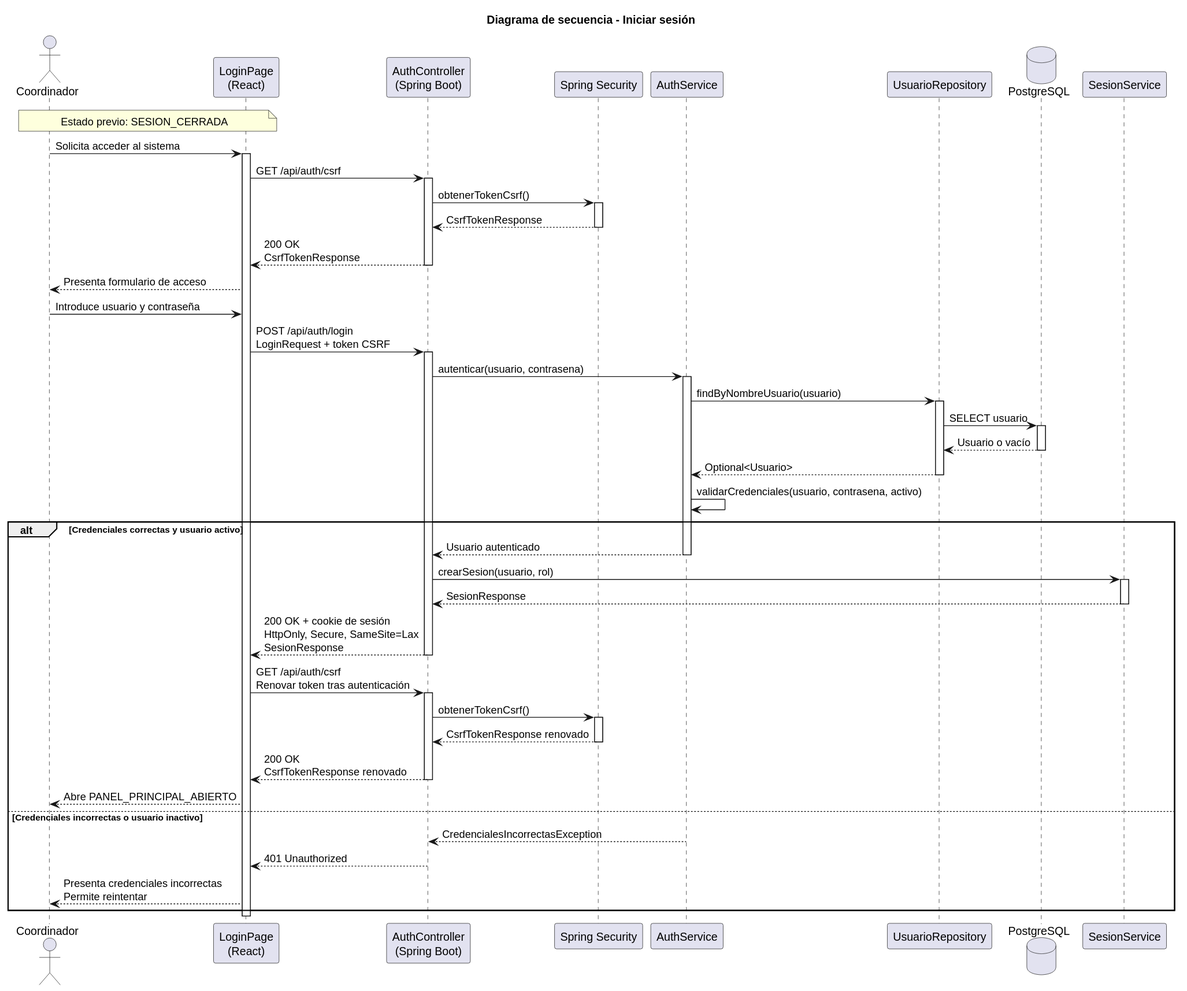
Above: images/RUP/02-diseño/casos-uso/coordinador/iniciarSesion/secuencia.svg in beatriizorozco/25-26-idsw2-sdVC (PlantUML), before the change.
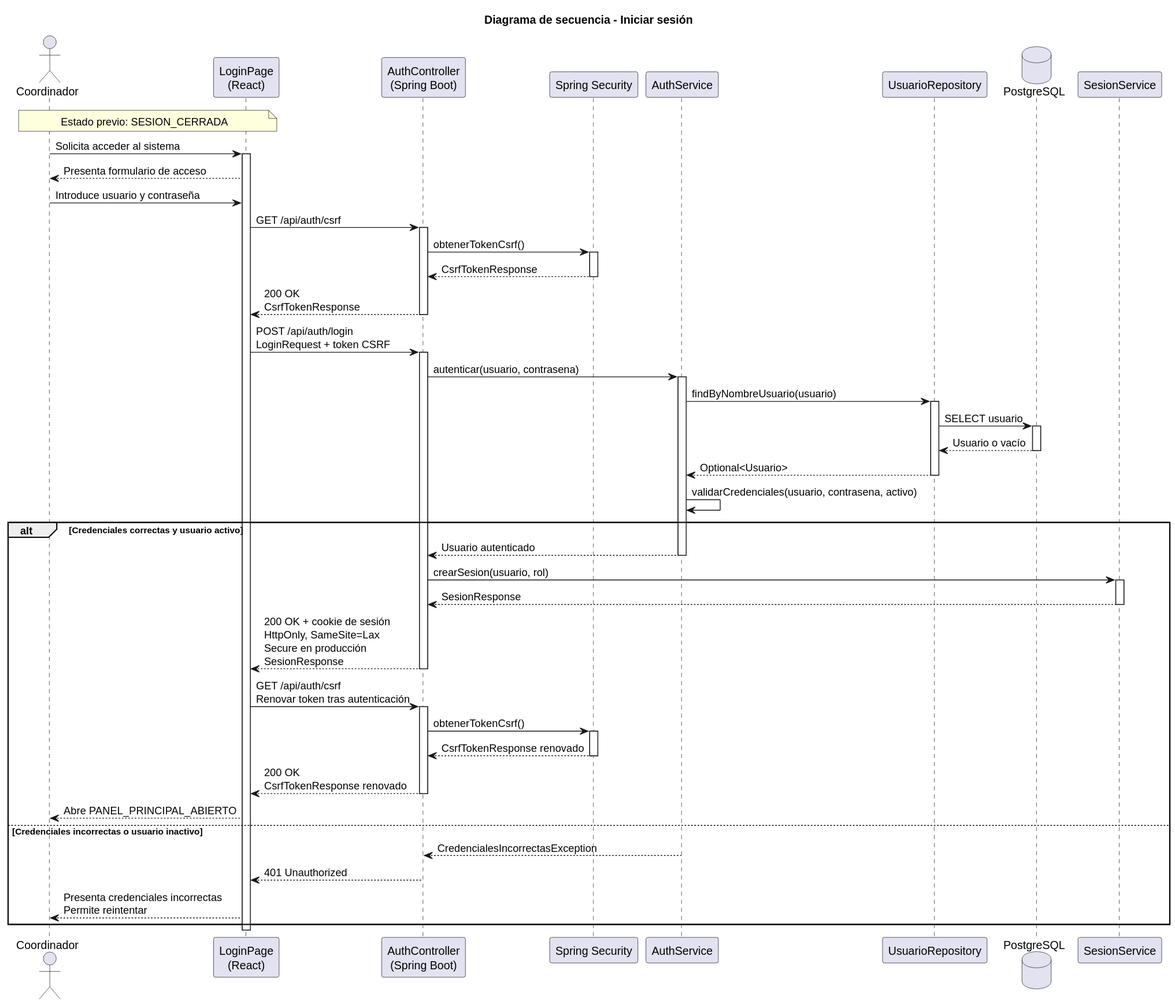
The same file after the commit.

What changed in the source:
```diff
@@ -16,6 +16,8 @@
 
 Coordinador -> Frontend: Solicita acceder al sistema
 activate Frontend
+Frontend --> Coordinador: Presenta formulario de acceso
+Coordinador -> Frontend: Introduce usuario y contraseña
 Frontend -> Api: GET /api/auth/csrf
 activate Api
 Api -> Security: obtenerTokenCsrf()
@@ -24,8 +26,6 @@
 deactivate Security
 Api --> Frontend: 200 OK\nCsrfTokenResponse
 deactivate Api
-Frontend --> Coordinador: Presenta formulario de acceso
-Coordinador -> Frontend: Introduce usuario y contraseña
 Frontend -> Api: POST /api/auth/login\nLoginRequest + token CSRF
 activate Api
 Api -> Auth: autenticar(usuario, contrasena)
@@ -47,7 +47,7 @@
     activate Sesion
     Sesion --> Api: SesionResponse
     deactivate Sesion
-    Api --> Frontend: 200 OK + cookie de sesión\nHttpOnly, Secure, SameSite=Lax\nSesionResponse
+    Api --> Frontend: 200 OK + cookie de sesión\nHttpOnly, SameSite=Lax\nSecure en producción\nSesionResponse
     deactivate Api
     Frontend -> Api: GET /api/auth/csrf\nRenovar token tras autenticación
     activate Api
```
